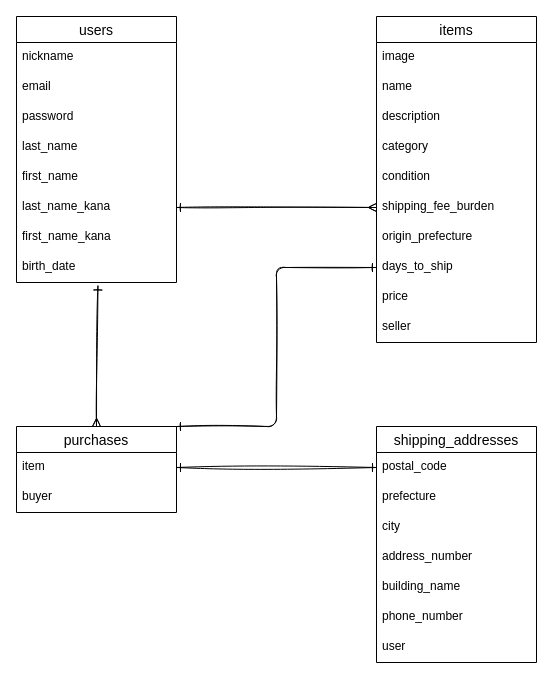
This is furima.dio from bebe-Rebecca/furima-39021, a draw.io file, before an edit. Source tidied: cells renumbered, new cells numbered last; positions are measured from the earlier drawing's top-left corner, leaving out a move shared by most shapes. Both pictures are drawn from the tidied source at 100%, with x=0, y=0 at pixel (16, 16).
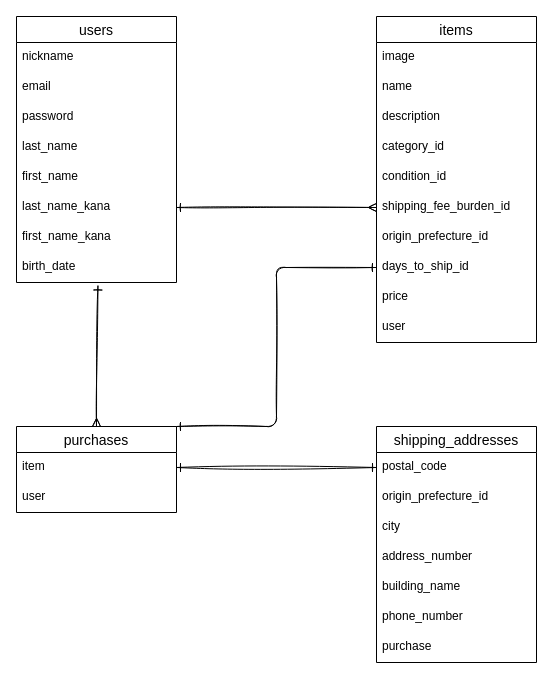
The same page after the edit.

Commit message (it also covers changes not shown here):
コードの修正

Unchanged cells that the change refers to:
```xml
<mxCell id="11" value="items" style="swimlane;fontStyle=0;horizontal=1;startSize=26;align=center;fontSize=14;" parent="1" vertex="1">
  <mxGeometry x="360" width="160" height="326" as="geometry" />
</mxCell>
<mxCell id="24" value="purchases" style="swimlane;fontStyle=0;horizontal=1;startSize=26;align=center;fontSize=14;" parent="1" vertex="1">
  <mxGeometry y="410" width="160" height="86" as="geometry" />
</mxCell>
<mxCell id="27" value="shipping_addresses" style="swimlane;fontStyle=0;horizontal=1;startSize=26;align=center;fontSize=14;" parent="1" vertex="1">
  <mxGeometry x="360" y="410" width="160" height="236" as="geometry" />
</mxCell>
```

Change to the diagram source:
```diff
@@
-    <mxCell id="15" value="category" style="text;strokeColor=none;fillColor=none;spacingLeft=4;spacingRight=4;overflow=hidden;fontSize=12;" parent="11" vertex="1">
+    <mxCell id="15" value="category_id" style="text;strokeColor=none;fillColor=none;spacingLeft=4;spacingRight=4;overflow=hidden;fontSize=12;" parent="11" vertex="1">
       <mxGeometry y="116" width="160" height="30" as="geometry" />
     </mxCell>
-    <mxCell id="16" value="condition" style="text;strokeColor=none;fillColor=none;spacingLeft=4;spacingRight=4;overflow=hidden;fontSize=12;" parent="11" vertex="1">
+    <mxCell id="16" value="condition_id" style="text;strokeColor=none;fillColor=none;spacingLeft=4;spacingRight=4;overflow=hidden;fontSize=12;" parent="11" vertex="1">
       <mxGeometry y="146" width="160" height="30" as="geometry" />
     </mxCell>
-    <mxCell id="17" value="shipping_fee_burden" style="text;strokeColor=none;fillColor=none;spacingLeft=4;spacingRight=4;overflow=hidden;points=[[0,0.5],[1,0.5]];portConstraint=eastwest;fontSize=12;" parent="11" vertex="1">
+    <mxCell id="17" value="shipping_fee_burden_id" style="text;strokeColor=none;fillColor=none;spacingLeft=4;spacingRight=4;overflow=hidden;points=[[0,0.5],[1,0.5]];portConstraint=eastwest;fontSize=12;" parent="11" vertex="1">
       <mxGeometry y="176" width="160" height="30" as="geometry" />
     </mxCell>
-    <mxCell id="18" value="origin_prefecture" style="text;strokeColor=none;fillColor=none;spacingLeft=4;spacingRight=4;overflow=hidden;fontSize=12;" parent="11" vertex="1">
+    <mxCell id="18" value="origin_prefecture_id" style="text;strokeColor=none;fillColor=none;spacingLeft=4;spacingRight=4;overflow=hidden;fontSize=12;" parent="11" vertex="1">
       <mxGeometry y="206" width="160" height="30" as="geometry" />
     </mxCell>
-    <mxCell id="19" value="days_to_ship" style="text;strokeColor=none;fillColor=none;spacingLeft=4;spacingRight=4;overflow=hidden;points=[[0,0.5],[1,0.5]];portConstraint=eastwest;fontSize=12;" parent="11" vertex="1">
+    <mxCell id="19" value="days_to_ship_id" style="text;strokeColor=none;fillColor=none;spacingLeft=4;spacingRight=4;overflow=hidden;points=[[0,0.5],[1,0.5]];portConstraint=eastwest;fontSize=12;" parent="11" vertex="1">
       <mxGeometry y="236" width="160" height="30" as="geometry" />
     </mxCell>
@@
-    <mxCell id="21" value="seller" style="text;strokeColor=none;fillColor=none;spacingLeft=4;spacingRight=4;overflow=hidden;fontSize=12;" parent="11" vertex="1">
+    <mxCell id="21" value="user" style="text;strokeColor=none;fillColor=none;spacingLeft=4;spacingRight=4;overflow=hidden;fontSize=12;" parent="11" vertex="1">
       <mxGeometry y="296" width="160" height="30" as="geometry" />
     </mxCell>
@@
-    <mxCell id="26" value="buyer" style="text;strokeColor=none;fillColor=none;spacingLeft=4;spacingRight=4;overflow=hidden;fontSize=12;" parent="24" vertex="1">
+    <mxCell id="26" value="user" style="text;strokeColor=none;fillColor=none;spacingLeft=4;spacingRight=4;overflow=hidden;fontSize=12;" parent="24" vertex="1">
       <mxGeometry y="56" width="160" height="30" as="geometry" />
     </mxCell>
@@
-    <mxCell id="29" value="prefecture" style="text;strokeColor=none;fillColor=none;spacingLeft=4;spacingRight=4;overflow=hidden;fontSize=12;" parent="27" vertex="1">
+    <mxCell id="29" value="origin_prefecture_id" style="text;strokeColor=none;fillColor=none;spacingLeft=4;spacingRight=4;overflow=hidden;fontSize=12;" parent="27" vertex="1">
       <mxGeometry y="56" width="160" height="30" as="geometry" />
     </mxCell>
@@
-    <mxCell id="34" value="user" style="text;strokeColor=none;fillColor=none;spacingLeft=4;spacingRight=4;overflow=hidden;fontSize=12;" parent="27" vertex="1">
+    <mxCell id="34" value="purchase" style="text;strokeColor=none;fillColor=none;spacingLeft=4;spacingRight=4;overflow=hidden;fontSize=12;" parent="27" vertex="1">
       <mxGeometry y="206" width="160" height="30" as="geometry" />
     </mxCell>
```
